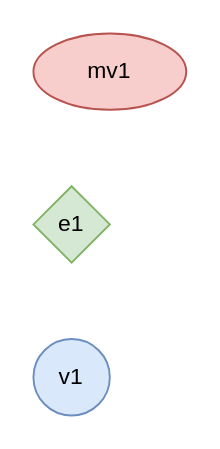
Before: Big metagraph.drawio in DMfananddu/MAG_Diploma, a draw.io diagram. Source tidied: cells renumbered, new cells numbered last; positions are measured from the earlier drawing's top-left corner, leaving out a move shared by most shapes. Both pictures are drawn from the tidied source at 191%, with x=0, y=0 at pixel (32, 32).
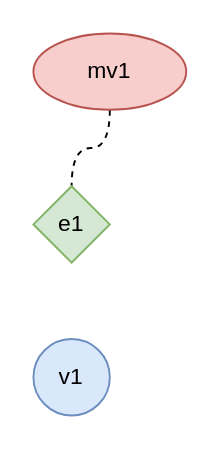
The same diagram, later.

Diff of the diagram source:
```diff
@@
 <mxGraphModel>
   <root>
     <mxCell id="0" />
     <mxCell id="1" parent="0" />
+    <mxCell id="5" style="edgeStyle=orthogonalEdgeStyle;rounded=0;jettySize=auto;html=1;exitX=0.5;exitY=1;exitDx=0;exitDy=0;entryX=0.5;entryY=0;entryDx=0;entryDy=0;endArrow=none;endFill=0;curved=1;dashed=1;" parent="1" edge="1" source="2" target="4">
+      <mxGeometry relative="1" as="geometry" />
+    </mxCell>
     <mxCell id="2" value="mv1" style="ellipse;whiteSpace=wrap;html=1;fillColor=#f8cecc;strokeColor=#b85450;" parent="1" vertex="1">
       <mxGeometry width="80" height="40" as="geometry" />
     </mxCell>
     <mxCell id="3" value="v1" style="ellipse;whiteSpace=wrap;html=1;fillColor=#dae8fc;strokeColor=#6c8ebf;" parent="1" vertex="1">
       <mxGeometry y="160" width="40" height="40" as="geometry" />
     </mxCell>
     <mxCell id="4" value="e1" style="rhombus;whiteSpace=wrap;html=1;strokeColor=#82b366;strokeWidth=1;fillColor=#d5e8d4;" parent="1" vertex="1">
       <mxGeometry y="80" width="40" height="40" as="geometry" />
     </mxCell>
   </root>
 </mxGraphModel>
```
